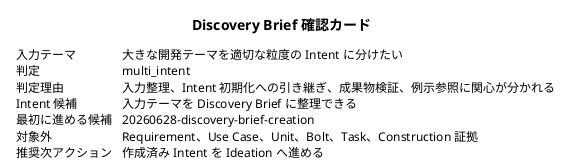
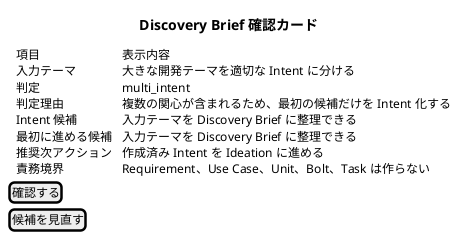
@startsalt
title Discovery Brief 確認カード
{
  {T
-     + 入力テーマ | 大きな開発テーマを適切な粒度の Intent に分けたい
+     + 項目 | 表示内容
+     + 入力テーマ | 大きな開発テーマを適切な Intent に分ける
    + 判定 | multi_intent
-     + 判定理由 | 入力整理、Intent 初期化への引き継ぎ、成果物検証、例示参照に関心が分かれる
+     + 判定理由 | 複数の関心が含まれるため、最初の候補だけを Intent 化する
    + Intent 候補 | 入力テーマを Discovery Brief に整理できる
-     + 最初に進める候補 | 20260628-discovery-brief-creation
-     + 対象外 | Requirement、Use Case、Unit、Bolt、Task、Construction 証拠
-     + 推奨次アクション | 作成済み Intent を Ideation へ進める
+     + 最初に進める候補 | 入力テーマを Discovery Brief に整理できる
+     + 推奨次アクション | 作成済み Intent を Ideation に進める
+     + 責務境界 | Requirement、Use Case、Unit、Bolt、Task は作らない
+   }
+   {
+     [確認する]
+     [候補を見直す]
  }
}
@endsalt
